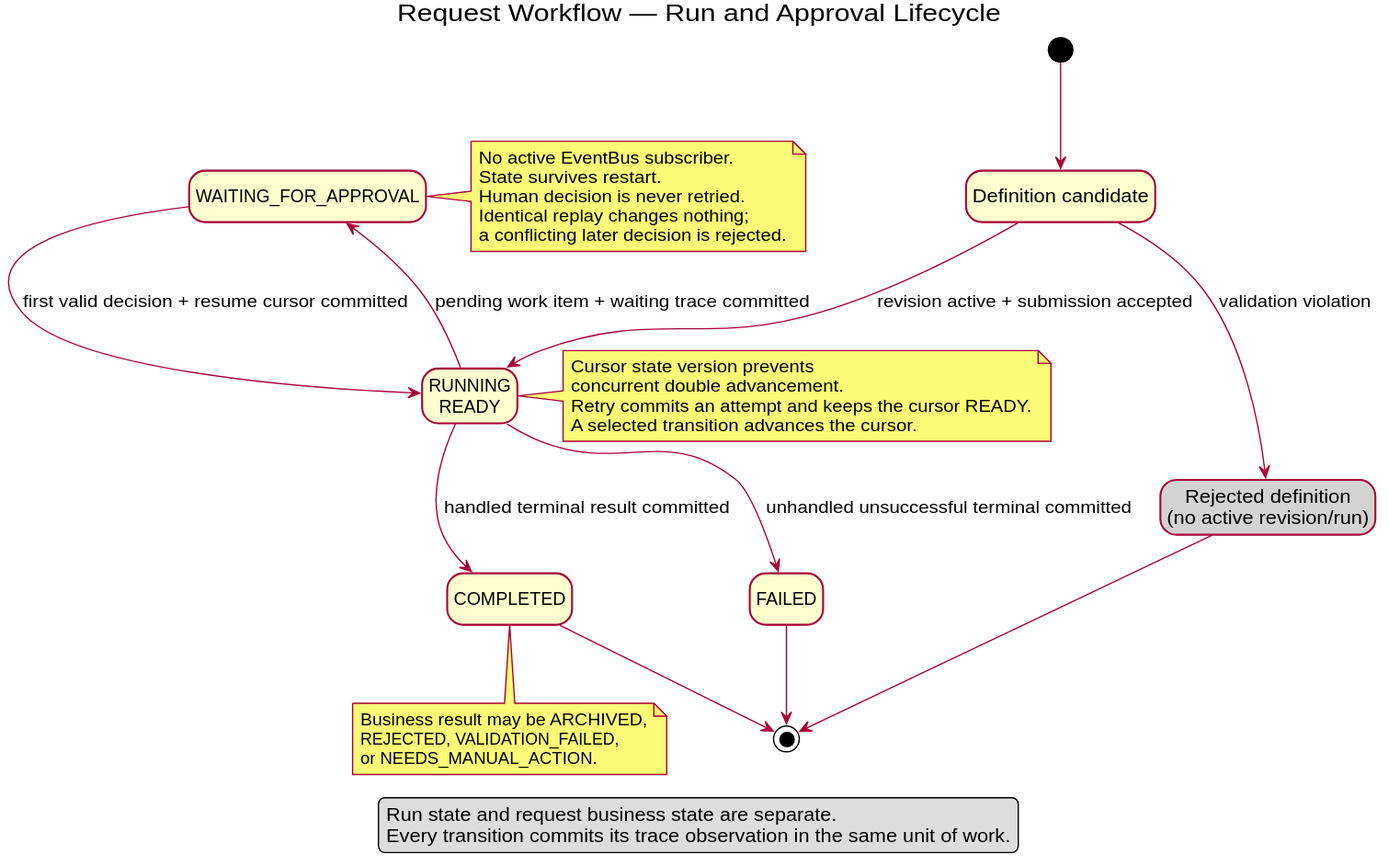
Before: docs/architecture/uml/rendered/run-state.svg, a diagram exported from PlantUML (MAES1102/WMS).
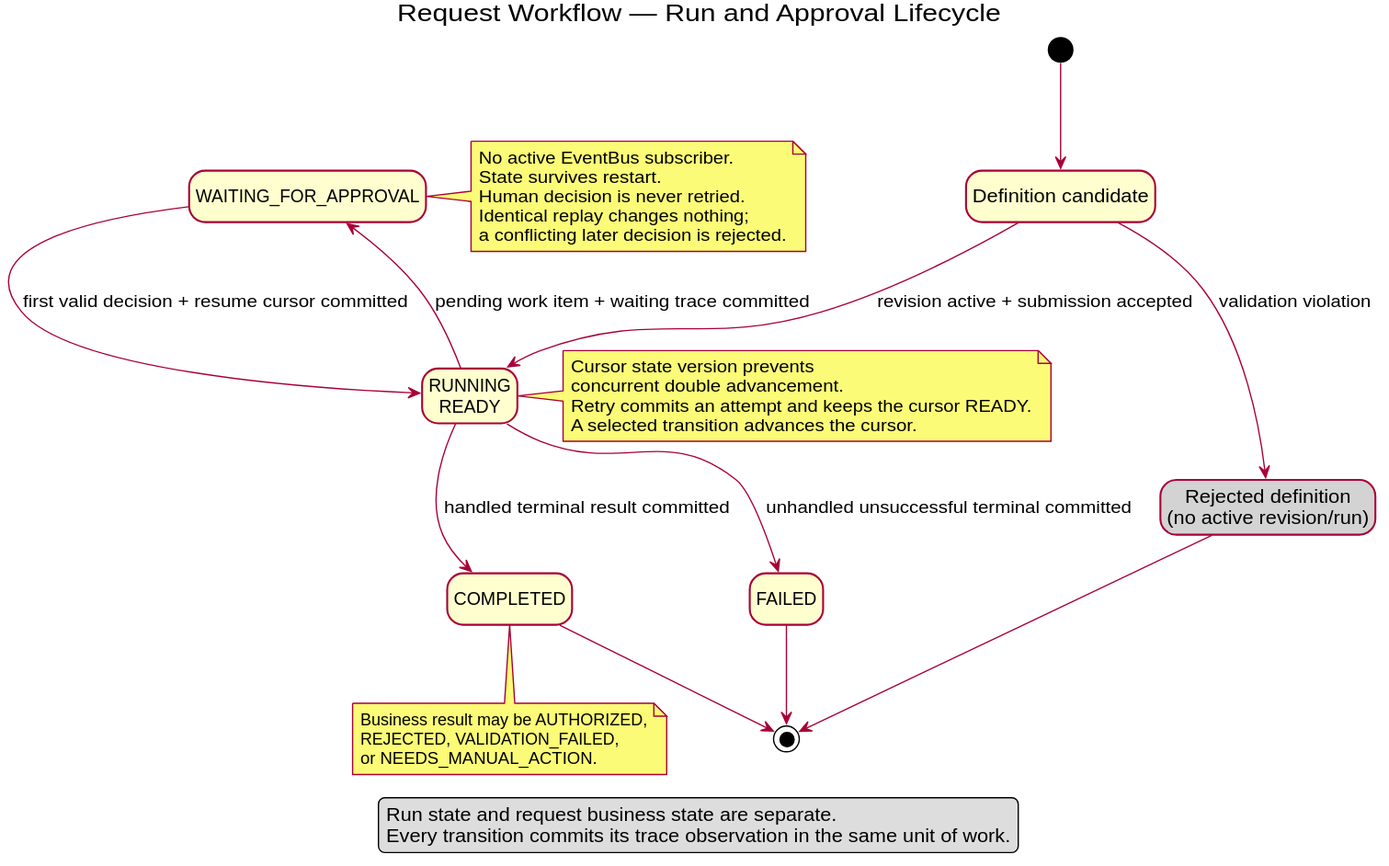
Later version of the same file.

Diff of the diagram source:
```diff
@@ -39,7 +39,7 @@
 end note
 
 note bottom of Completed
-Business result may be ARCHIVED,
+Business result may be AUTHORIZED,
 REJECTED, VALIDATION_FAILED,
 or NEEDS_MANUAL_ACTION.
 end note
```
